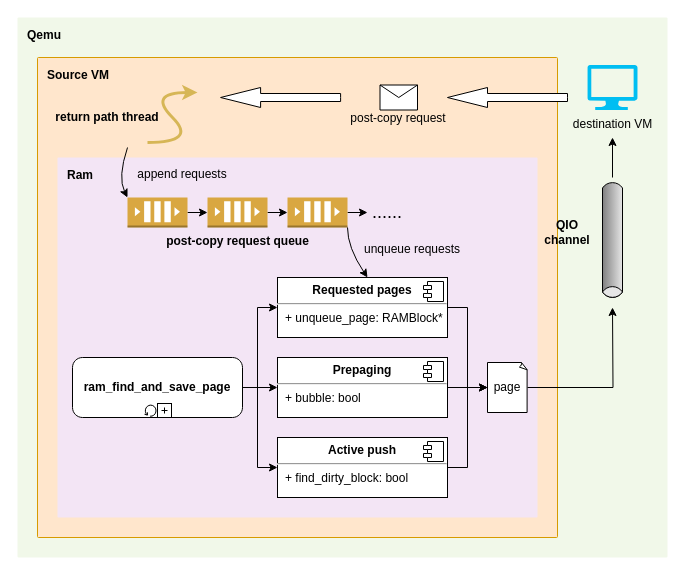
Above: qemu-migration/modified-ram.drawio in xuyizhe1999/drawio (draw.io), before the change. Source tidied: cells renumbered, new cells numbered last; positions are measured from the earlier drawing's top-left corner, leaving out a move shared by most shapes. Both pictures are drawn from the tidied source at 100%, with x=0, y=0 at pixel (17, 17).
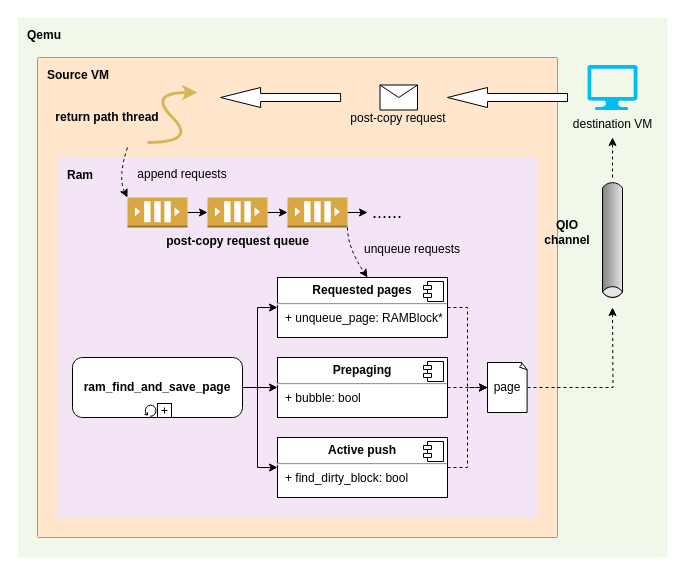
After the change.

Unchanged cells that the change refers to:
```xml
<mxCell id="9" style="outlineConnect=0;dashed=0;verticalLabelPosition=bottom;verticalAlign=top;align=center;html=1;shape=mxgraph.aws3.queue;fillColor=#D9A741;gradientColor=none;fontSize=12;fontColor=#000000;" parent="1" vertex="1">
  <mxGeometry x="110" y="180" width="60" height="30" as="geometry" />
</mxCell>
<mxCell id="22" value="&lt;p style=&quot;margin: 0px ; margin-top: 6px ; text-align: center&quot;&gt;&lt;b&gt;Requested pages&lt;/b&gt;&lt;/p&gt;&lt;hr&gt;&lt;p style=&quot;margin: 0px ; margin-left: 8px&quot;&gt;+ unqueue_page&lt;span&gt;: RAMBlock*&lt;/span&gt;&lt;/p&gt;" style="align=left;overflow=fill;html=1;fontColor=#000000;" parent="1" vertex="1">
  <mxGeometry x="260" y="260" width="170" height="60" as="geometry" />
</mxCell>
<mxCell id="25" value="&lt;p style=&quot;margin: 0px ; margin-top: 6px ; text-align: center&quot;&gt;&lt;b&gt;Prepaging&lt;/b&gt;&lt;/p&gt;&lt;hr&gt;&lt;p style=&quot;margin: 0px ; margin-left: 8px&quot;&gt;+ bubble: bool&lt;br&gt;&lt;/p&gt;" style="align=left;overflow=fill;html=1;fontColor=#000000;" parent="1" vertex="1">
  <mxGeometry x="260" y="340" width="170" height="60" as="geometry" />
</mxCell>
<mxCell id="30" value="page" style="whiteSpace=wrap;html=1;shape=mxgraph.basic.document;fontColor=#000000;" parent="1" vertex="1">
  <mxGeometry x="470" y="345" width="40" height="50" as="geometry" />
</mxCell>
<mxCell id="39" value="&lt;p style=&quot;margin: 0px ; margin-top: 6px ; text-align: center&quot;&gt;&lt;b&gt;Active push&lt;/b&gt;&lt;/p&gt;&lt;hr&gt;&lt;p style=&quot;margin: 0px ; margin-left: 8px&quot;&gt;+ find_dirty_block: bool&lt;br&gt;&lt;/p&gt;" style="align=left;overflow=fill;html=1;fontColor=#000000;" parent="1" vertex="1">
  <mxGeometry x="260" y="420" width="170" height="60" as="geometry" />
</mxCell>
```

The edit, as a diff of the source:
```diff
@@
-    <mxCell id="15" style="curved=1;endArrow=classic;html=1;rounded=0;fontSize=18;fontColor=#000000;strokeWidth=1;entryX=0;entryY=0;entryDx=0;entryDy=0;entryPerimeter=0;" parent="1" edge="1" target="9">
+    <mxCell id="15" style="curved=1;endArrow=classic;html=1;rounded=0;fontSize=18;fontColor=#000000;strokeWidth=1;entryX=0;entryY=0;entryDx=0;entryDy=0;entryPerimeter=0;dashed=1;" parent="1" edge="1" target="9">
       <mxGeometry relative="1" as="geometry">
         <mxPoint x="110" y="130" as="sourcePoint" />
         <Array as="points">
           <mxPoint x="100" y="160" />
         </Array>
       </mxGeometry>
     </mxCell>
@@
-    <mxCell id="21" style="edgeStyle=orthogonalEdgeStyle;rounded=0;jettySize=auto;html=1;exitX=1;exitY=0.5;exitDx=0;exitDy=0;entryX=0;entryY=0.5;entryDx=0;entryDy=0;entryPerimeter=0;" parent="1" edge="1" source="22" target="30">
+    <mxCell id="21" style="edgeStyle=orthogonalEdgeStyle;rounded=0;jettySize=auto;html=1;exitX=1;exitY=0.5;exitDx=0;exitDy=0;entryX=0;entryY=0.5;entryDx=0;entryDy=0;entryPerimeter=0;dashed=1;" parent="1" edge="1" source="22" target="30">
       <mxGeometry relative="1" as="geometry" />
     </mxCell>
@@
-    <mxCell id="24" style="edgeStyle=orthogonalEdgeStyle;rounded=0;jettySize=auto;html=1;exitX=1;exitY=0.5;exitDx=0;exitDy=0;" parent="1" edge="1" source="25">
+    <mxCell id="24" style="edgeStyle=orthogonalEdgeStyle;rounded=0;jettySize=auto;html=1;exitX=1;exitY=0.5;exitDx=0;exitDy=0;dashed=1;" parent="1" edge="1" source="25">
       <mxGeometry relative="1" as="geometry">
         <mxPoint x="470" y="370" as="targetPoint" />
       </mxGeometry>
     </mxCell>
@@
-    <mxCell id="27" style="curved=1;endArrow=classic;html=1;rounded=0;fontSize=12;fontColor=#000000;strokeWidth=1;" parent="1" edge="1">
+    <mxCell id="27" style="curved=1;endArrow=classic;html=1;rounded=0;fontSize=12;fontColor=#000000;strokeWidth=1;dashed=1;" parent="1" edge="1">
       <mxGeometry relative="1" as="geometry">
         <mxPoint x="330" y="210" as="sourcePoint" />
         <mxPoint x="350" y="260" as="targetPoint" />
         <Array as="points">
           <mxPoint x="330" y="230" />
         </Array>
       </mxGeometry>
     </mxCell>
@@
-    <mxCell id="29" style="edgeStyle=orthogonalEdgeStyle;rounded=0;jettySize=auto;html=1;exitX=1;exitY=0.5;exitDx=0;exitDy=0;exitPerimeter=0;fontSize=12;fontColor=#000000;strokeWidth=1;" parent="1" edge="1" source="30">
+    <mxCell id="29" style="edgeStyle=orthogonalEdgeStyle;rounded=0;jettySize=auto;html=1;exitX=1;exitY=0.5;exitDx=0;exitDy=0;exitPerimeter=0;fontSize=12;fontColor=#000000;strokeWidth=1;dashed=1;" parent="1" edge="1" source="30">
       <mxGeometry relative="1" as="geometry">
         <mxPoint x="595" y="290" as="targetPoint" />
       </mxGeometry>
     </mxCell>
@@
-    <mxCell id="32" style="endArrow=classic;html=1;rounded=0;fontSize=12;fontColor=#000000;strokeWidth=1;" parent="1" edge="1">
+    <mxCell id="32" style="endArrow=classic;html=1;rounded=0;fontSize=12;fontColor=#000000;strokeWidth=1;dashed=1;" parent="1" edge="1">
       <mxGeometry relative="1" as="geometry">
         <mxPoint x="595" y="160" as="sourcePoint" />
         <mxPoint x="595" y="120" as="targetPoint" />
       </mxGeometry>
     </mxCell>
@@
-    <mxCell id="38" style="edgeStyle=orthogonalEdgeStyle;rounded=0;jettySize=auto;html=1;exitX=1;exitY=0.5;exitDx=0;exitDy=0;" parent="1" edge="1" source="39">
+    <mxCell id="38" style="edgeStyle=orthogonalEdgeStyle;rounded=0;jettySize=auto;html=1;exitX=1;exitY=0.5;exitDx=0;exitDy=0;dashed=1;" parent="1" edge="1" source="39">
       <mxGeometry relative="1" as="geometry">
         <mxPoint x="470" y="370" as="targetPoint" />
         <Array as="points">
           <mxPoint x="450" y="450" />
           <mxPoint x="450" y="370" />
         </Array>
       </mxGeometry>
     </mxCell>
```
